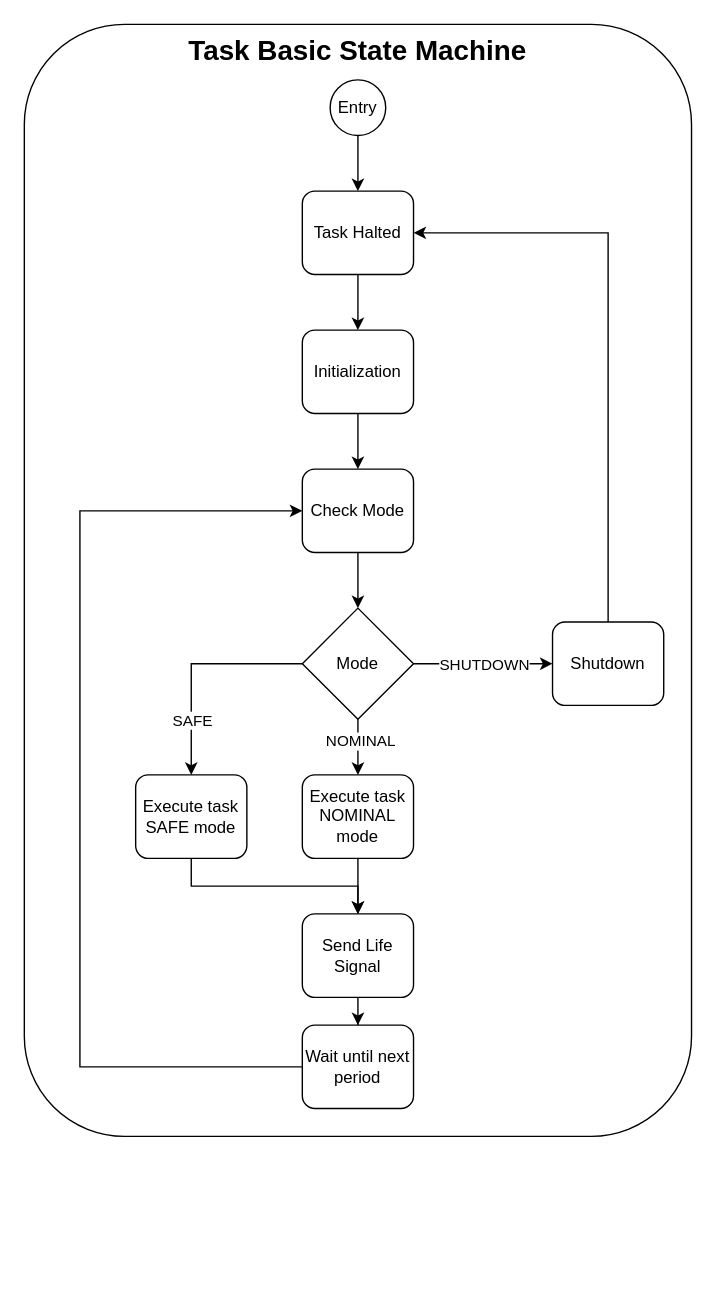
This is doc/images/Task_Basic_State_Machine.drawio from TOLOSAT/flight-software, a draw.io file, before an edit. Source tidied: cells renumbered, new cells numbered last; positions are measured from the earlier drawing's top-left corner, leaving out a move shared by most shapes. Both pictures are drawn from the tidied source at 139%, with x=0, y=0 at pixel (24, 24).
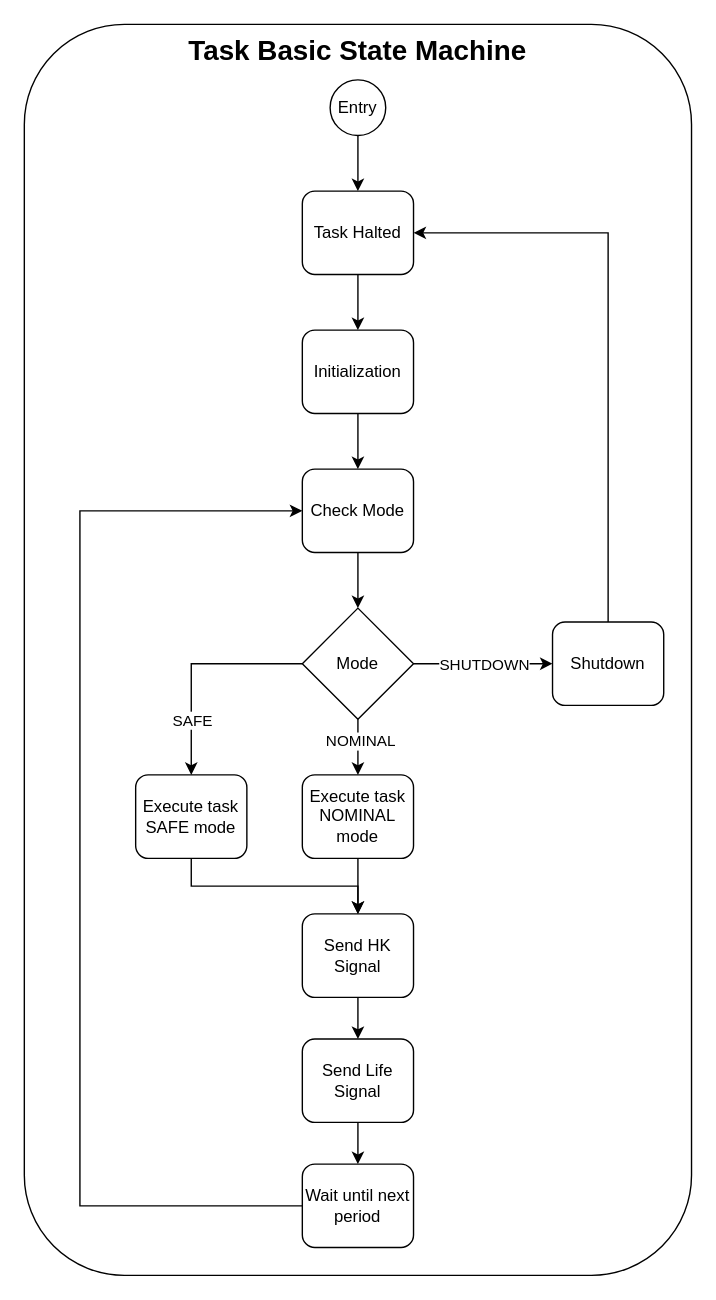
Above is the later version.

Unchanged cells that the change refers to:
```xml
<mxCell id="6" value="Check Mode" style="rounded=1;whiteSpace=wrap;html=1;" parent="1" vertex="1">
  <mxGeometry x="200" y="320" width="80" height="60" as="geometry" />
</mxCell>
```

Change to the diagram source:
```diff
@@
     <mxCell id="2" value="&lt;font style=&quot;font-size: 20px;&quot;&gt;&lt;b&gt;Task Basic State Machine&lt;/b&gt;&lt;/font&gt;" style="rounded=1;whiteSpace=wrap;html=1;verticalAlign=top;" parent="1" vertex="1">
-      <mxGeometry width="480" height="800" as="geometry" />
+      <mxGeometry width="480" height="900" as="geometry" />
     </mxCell>
@@
-    <mxCell id="20" style="edgeStyle=orthogonalEdgeStyle;rounded=0;jettySize=auto;html=1;" parent="1" edge="1" source="21" target="27">
-      <mxGeometry relative="1" as="geometry" />
-    </mxCell>
+    <mxCell id="28" style="edgeStyle=orthogonalEdgeStyle;rounded=0;jettySize=auto;html=1;exitX=0.5;exitY=1;exitDx=0;exitDy=0;entryX=0.5;entryY=0;entryDx=0;entryDy=0;" parent="1" edge="1" source="21" target="30">
+      <mxGeometry relative="1" as="geometry" />
+    </mxCell>
-    <mxCell id="21" value="Send Life Signal" style="rounded=1;whiteSpace=wrap;html=1;" parent="1" vertex="1">
+    <mxCell id="21" value="Send HK Signal" style="rounded=1;whiteSpace=wrap;html=1;" parent="1" vertex="1">
       <mxGeometry x="200" y="640" width="80" height="60" as="geometry" />
     </mxCell>
@@
-    <mxCell id="26" style="edgeStyle=orthogonalEdgeStyle;rounded=0;jettySize=auto;html=1;entryX=0;entryY=0.5;entryDx=0;entryDy=0;" parent="1" edge="1" source="27" target="6">
+    <mxCell id="26" style="edgeStyle=orthogonalEdgeStyle;rounded=0;jettySize=auto;html=1;entryX=0;entryY=0.5;entryDx=0;entryDy=0;exitX=0;exitY=0.5;exitDx=0;exitDy=0;" parent="1" edge="1" source="27" target="6">
       <mxGeometry relative="1" as="geometry">
         <Array as="points">
-          <mxPoint x="40" y="750" />
+          <mxPoint x="40" y="850" />
           <mxPoint x="40" y="350" />
         </Array>
       </mxGeometry>
     </mxCell>
     <mxCell id="27" value="Wait until next period" style="rounded=1;whiteSpace=wrap;html=1;" parent="1" vertex="1">
-      <mxGeometry x="200" y="720" width="80" height="60" as="geometry" />
+      <mxGeometry x="200" y="820" width="80" height="60" as="geometry" />
     </mxCell>
+    <mxCell id="29" style="edgeStyle=orthogonalEdgeStyle;rounded=0;jettySize=auto;html=1;exitX=0.5;exitY=1;exitDx=0;exitDy=0;entryX=0.5;entryY=0;entryDx=0;entryDy=0;" parent="1" edge="1" source="30" target="27">
+      <mxGeometry relative="1" as="geometry" />
+    </mxCell>
+    <mxCell id="30" value="Send Life Signal" style="rounded=1;whiteSpace=wrap;html=1;" parent="1" vertex="1">
+      <mxGeometry x="200" y="730" width="80" height="60" as="geometry" />
+    </mxCell>
```
